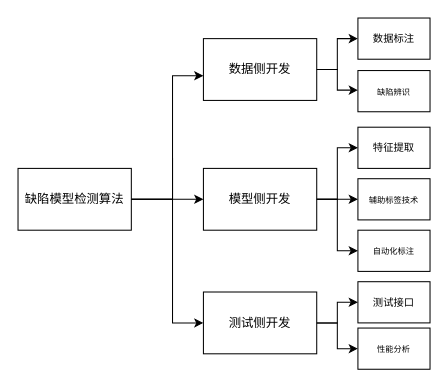
Above: GWTH_architecture_designed.drawio in paleblackless/diagrams (draw.io), before the change. Source tidied: cells renumbered, new cells numbered last; positions are measured from the earlier drawing's top-left corner, leaving out a move shared by most shapes. Both pictures are drawn from the tidied source at 103%, with x=0, y=0 at pixel (18, 18).
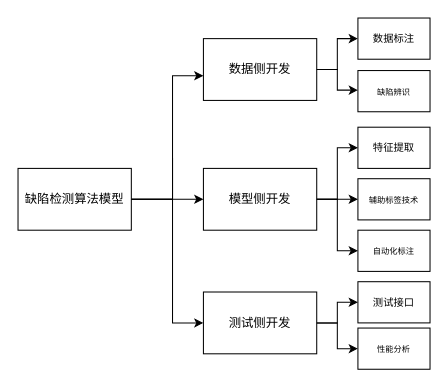
Above is the later version.

What changed in the source:
```diff
@@
-    <mxCell id="7" value="缺陷模型检测算法" style="rounded=0;whiteSpace=wrap;html=1;" parent="1" vertex="1">
+    <mxCell id="7" value="缺陷检测算法模型" style="rounded=0;whiteSpace=wrap;html=1;" parent="1" vertex="1">
       <mxGeometry y="146" width="110" height="60" as="geometry" />
     </mxCell>
```
